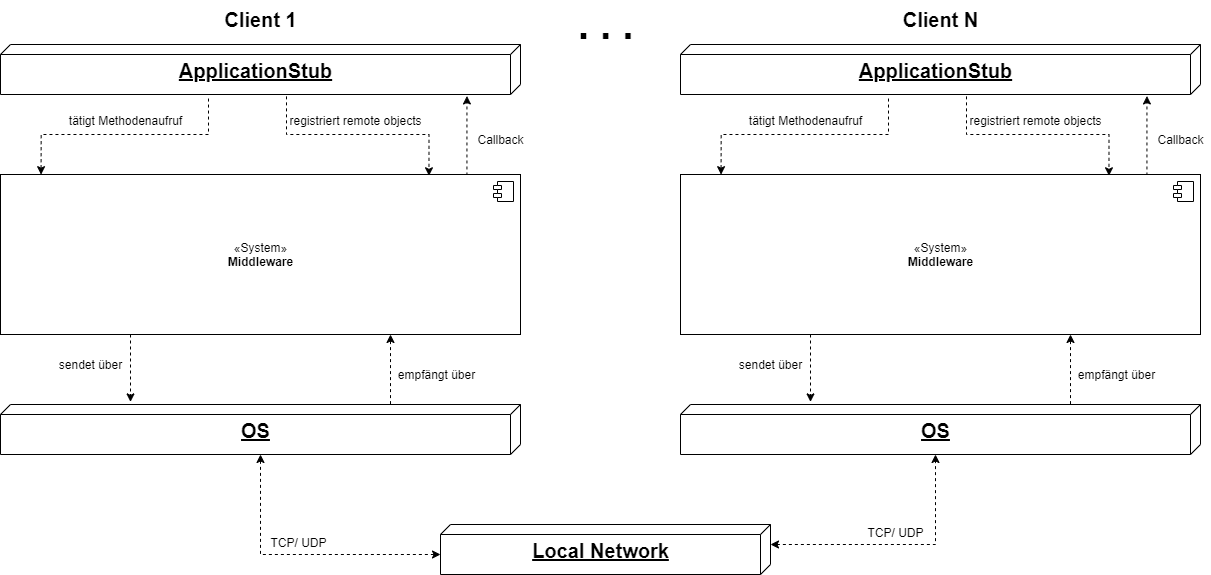
KjellooMelloo/gameoftrons keeps this draw.io diagram as Doku/images/middleware_technischer_trontext.png. Above is the earlier version. Source tidied: cells renumbered, new cells last; positions are measured from the earlier drawing's top-left corner, leaving out a move shared by most shapes.
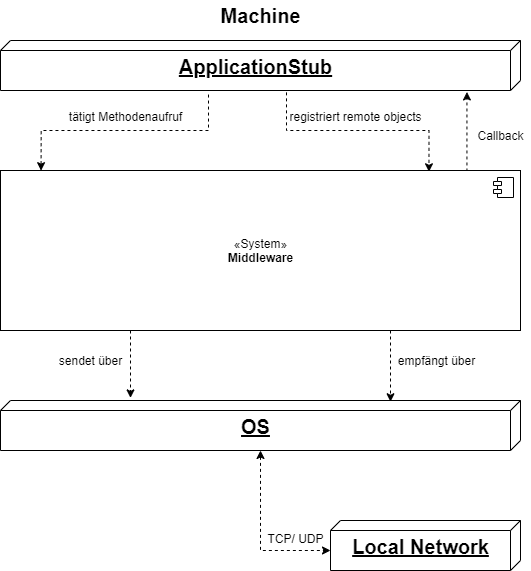
The same diagram one commit later.

Diff of the diagram source:
```diff
@@ -25,11 +25,15 @@
         <mxPoint x="-27" y="7" as="offset" />
       </mxGeometry>
     </mxCell>
-    <mxCell id="9" style="edgeStyle=orthogonalEdgeStyle;rounded=0;jettySize=auto;html=1;entryX=0.75;entryY=1;entryDx=0;entryDy=0;dashed=1;exitX=-0.008;exitY=0.25;exitDx=0;exitDy=0;exitPerimeter=0;" parent="1" edge="1" source="11" target="7">
+    <mxCell id="9" style="edgeStyle=orthogonalEdgeStyle;rounded=0;jettySize=auto;html=1;entryX=0.025;entryY=0.25;entryDx=0;entryDy=0;dashed=1;exitX=0.75;exitY=1;exitDx=0;exitDy=0;entryPerimeter=0;" parent="1" edge="1" source="7" target="11">
       <mxGeometry relative="1" as="geometry" />
     </mxCell>
-    <mxCell id="10" style="edgeStyle=orthogonalEdgeStyle;rounded=0;jettySize=auto;html=1;entryX=0;entryY=0;entryDx=30;entryDy=330;entryPerimeter=0;dashed=1;fontSize=20;startArrow=classic;startFill=1;" parent="1" edge="1" source="11" target="35">
-      <mxGeometry relative="1" as="geometry" />
+    <mxCell id="10" style="edgeStyle=orthogonalEdgeStyle;rounded=0;jettySize=auto;html=1;entryX=0;entryY=0;entryDx=30;entryDy=190;entryPerimeter=0;dashed=1;fontSize=20;startArrow=classic;startFill=1;" parent="1" edge="1" source="11" target="18">
+      <mxGeometry relative="1" as="geometry">
+        <Array as="points">
+          <mxPoint x="260" y="550" />
+        </Array>
+      </mxGeometry>
     </mxCell>
     <mxCell id="11" value="&lt;b&gt;&lt;font style=&quot;font-size: 20px&quot;&gt;OS&lt;/font&gt;&lt;/b&gt;" style="verticalAlign=top;align=center;spacingTop=8;spacingLeft=2;spacingRight=12;shape=cube;size=10;direction=south;fontStyle=4;html=1;" parent="1" vertex="1">
       <mxGeometry y="400" width="520" height="50" as="geometry" />
@@ -47,72 +51,16 @@
       <mxGeometry x="50" y="350" width="80" height="20" as="geometry" />
     </mxCell>
     <mxCell id="16" value="empfängt über" style="text;html=1;align=center;verticalAlign=middle;" parent="1" vertex="1">
-      <mxGeometry x="391" y="360" width="90" height="20" as="geometry" />
+      <mxGeometry x="391" y="350" width="90" height="20" as="geometry" />
     </mxCell>
-    <mxCell id="17" value="Client 1" style="text;html=1;align=center;verticalAlign=middle;fontSize=20;fontStyle=1;" parent="1" vertex="1">
-      <mxGeometry x="215" width="90" height="30" as="geometry" />
+    <mxCell id="17" value="Machine" style="text;html=1;align=center;verticalAlign=middle;fontSize=20;fontStyle=1;" parent="1" vertex="1">
+      <mxGeometry x="210" width="100" height="30" as="geometry" />
     </mxCell>
-    <mxCell id="18" style="edgeStyle=orthogonalEdgeStyle;rounded=0;jettySize=auto;html=1;entryX=0.078;entryY=0.001;entryDx=0;entryDy=0;exitX=1.081;exitY=0.6;exitDx=0;exitDy=0;exitPerimeter=0;dashed=1;entryPerimeter=0;" parent="1" edge="1" source="20" target="23">
-      <mxGeometry relative="1" as="geometry" />
+    <mxCell id="18" value="&lt;b&gt;&lt;font style=&quot;font-size: 20px&quot;&gt;Local Network&lt;/font&gt;&lt;/b&gt;" style="verticalAlign=top;align=center;spacingTop=8;spacingLeft=2;spacingRight=12;shape=cube;size=10;direction=south;fontStyle=4;html=1;" parent="1" vertex="1">
+      <mxGeometry x="330" y="520" width="190" height="50" as="geometry" />
     </mxCell>
-    <mxCell id="19" style="edgeStyle=orthogonalEdgeStyle;rounded=0;jettySize=auto;html=1;entryX=0.824;entryY=0.008;entryDx=0;entryDy=0;dashed=1;entryPerimeter=0;exitX=1.037;exitY=0.45;exitDx=0;exitDy=0;exitPerimeter=0;" parent="1" edge="1" source="20" target="23">
-      <mxGeometry relative="1" as="geometry" />
+    <mxCell id="19" value="&lt;font style=&quot;font-size: 12px&quot;&gt;TCP/ UDP&lt;/font&gt;" style="text;html=1;align=center;verticalAlign=middle;fontSize=20;" parent="1" vertex="1">
+      <mxGeometry x="260" y="520" width="70" height="30" as="geometry" />
     </mxCell>
-    <mxCell id="20" value="&lt;b&gt;&lt;font style=&quot;font-size: 20px&quot;&gt;ApplicationStub&lt;/font&gt;&lt;/b&gt;" style="verticalAlign=top;align=center;spacingTop=8;spacingLeft=2;spacingRight=12;shape=cube;size=10;direction=south;fontStyle=4;html=1;" parent="1" vertex="1">
-      <mxGeometry x="680" y="40" width="520" height="50" as="geometry" />
-    </mxCell>
-    <mxCell id="21" style="edgeStyle=orthogonalEdgeStyle;rounded=0;jettySize=auto;html=1;entryX=1.029;entryY=0.103;entryDx=0;entryDy=0;entryPerimeter=0;dashed=1;exitX=0.897;exitY=0.006;exitDx=0;exitDy=0;exitPerimeter=0;" parent="1" edge="1" source="23" target="20">
-      <mxGeometry relative="1" as="geometry" />
-    </mxCell>
-    <mxCell id="22" style="edgeStyle=orthogonalEdgeStyle;rounded=0;jettySize=auto;html=1;entryX=-0.052;entryY=0.75;entryDx=0;entryDy=0;entryPerimeter=0;dashed=1;exitX=0.25;exitY=1;exitDx=0;exitDy=0;" parent="1" edge="1" source="23" target="26">
-      <mxGeometry relative="1" as="geometry" />
-    </mxCell>
-    <mxCell id="23" value="«System»&lt;br&gt;&lt;b&gt;Middleware&lt;/b&gt;" style="html=1;verticalAlign=middle;align=center;" parent="1" vertex="1">
-      <mxGeometry x="680" y="170" width="520" height="160" as="geometry" />
-    </mxCell>
-    <mxCell id="24" style="shape=component;jettyWidth=8;jettyHeight=4;" parent="23" vertex="1">
-      <mxGeometry x="1" width="20" height="20" relative="1" as="geometry">
-        <mxPoint x="-27" y="7" as="offset" />
-      </mxGeometry>
-    </mxCell>
-    <mxCell id="25" style="edgeStyle=orthogonalEdgeStyle;rounded=0;jettySize=auto;html=1;entryX=0.75;entryY=1;entryDx=0;entryDy=0;dashed=1;exitX=-0.008;exitY=0.25;exitDx=0;exitDy=0;exitPerimeter=0;" parent="1" edge="1" source="26" target="23">
-      <mxGeometry relative="1" as="geometry" />
-    </mxCell>
-    <mxCell id="26" value="&lt;b&gt;&lt;font style=&quot;font-size: 20px&quot;&gt;OS&lt;/font&gt;&lt;/b&gt;" style="verticalAlign=top;align=center;spacingTop=8;spacingLeft=2;spacingRight=12;shape=cube;size=10;direction=south;fontStyle=4;html=1;" parent="1" vertex="1">
-      <mxGeometry x="680" y="400" width="520" height="50" as="geometry" />
-    </mxCell>
-    <mxCell id="27" value="tätigt Methodenaufruf" style="text;html=1;align=center;verticalAlign=middle;" parent="1" vertex="1">
-      <mxGeometry x="740" y="106" width="130" height="20" as="geometry" />
-    </mxCell>
-    <mxCell id="28" value="Callback" style="text;html=1;align=center;verticalAlign=middle;" parent="1" vertex="1">
-      <mxGeometry x="1150" y="125" width="60" height="20" as="geometry" />
-    </mxCell>
-    <mxCell id="29" value="registriert remote objects" style="text;html=1;align=center;verticalAlign=middle;" parent="1" vertex="1">
-      <mxGeometry x="960" y="106" width="150" height="20" as="geometry" />
-    </mxCell>
-    <mxCell id="30" value="sendet über" style="text;html=1;align=center;verticalAlign=middle;" parent="1" vertex="1">
-      <mxGeometry x="730" y="350" width="80" height="20" as="geometry" />
-    </mxCell>
-    <mxCell id="31" value="empfängt über" style="text;html=1;align=center;verticalAlign=middle;" parent="1" vertex="1">
-      <mxGeometry x="1071" y="360" width="90" height="20" as="geometry" />
-    </mxCell>
-    <mxCell id="32" value="Client N" style="text;html=1;align=center;verticalAlign=middle;fontSize=20;fontStyle=1;" parent="1" vertex="1">
-      <mxGeometry x="895" width="90" height="30" as="geometry" />
-    </mxCell>
-    <mxCell id="33" value="&lt;font style=&quot;font-size: 40px&quot;&gt;&lt;b&gt;. . .&lt;/b&gt;&lt;/font&gt;" style="text;html=1;align=center;verticalAlign=middle;fontSize=20;" parent="1" vertex="1">
-      <mxGeometry x="570" width="70" height="40" as="geometry" />
-    </mxCell>
-    <mxCell id="34" style="edgeStyle=orthogonalEdgeStyle;rounded=0;jettySize=auto;html=1;entryX=0;entryY=0;entryDx=50;entryDy=265;entryPerimeter=0;dashed=1;startArrow=classic;startFill=1;fontSize=20;exitX=0;exitY=0;exitDx=20;exitDy=0;exitPerimeter=0;" parent="1" edge="1" source="35" target="26">
-      <mxGeometry relative="1" as="geometry" />
-    </mxCell>
-    <mxCell id="35" value="&lt;b&gt;&lt;font style=&quot;font-size: 20px&quot;&gt;Local Network&lt;/font&gt;&lt;/b&gt;" style="verticalAlign=top;align=center;spacingTop=8;spacingLeft=2;spacingRight=12;shape=cube;size=10;direction=south;fontStyle=4;html=1;" parent="1" vertex="1">
-      <mxGeometry x="440" y="520" width="330" height="50" as="geometry" />
-    </mxCell>
-    <mxCell id="36" value="&lt;font style=&quot;font-size: 12px&quot;&gt;TCP/ UDP&lt;/font&gt;" style="text;html=1;align=center;verticalAlign=middle;fontSize=20;" parent="1" vertex="1">
-      <mxGeometry x="263" y="520" width="70" height="30" as="geometry" />
-    </mxCell>
-    <mxCell id="37" value="&lt;font style=&quot;font-size: 12px&quot;&gt;TCP/ UDP&lt;/font&gt;" style="text;html=1;align=center;verticalAlign=middle;fontSize=20;" parent="1" vertex="1">
-      <mxGeometry x="860" y="510" width="70" height="30" as="geometry" />
-    </mxCell>
   </root>
 </mxGraphModel>
```
